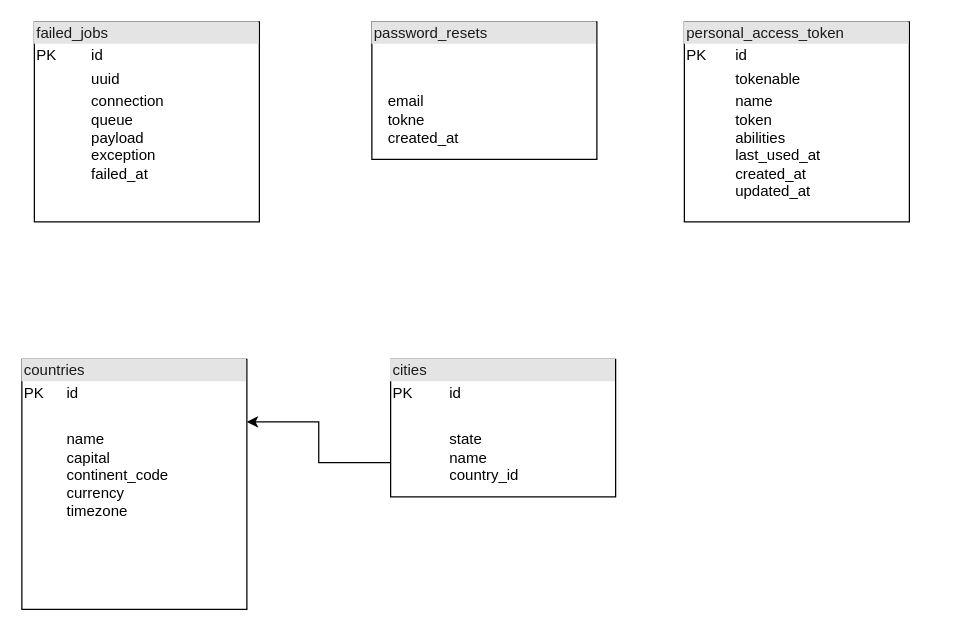
Earlier version of the draw.io diagram page "application" (2 of 5) of diagrams.dio (Mdhesari/devicechi). Source tidied: cells renumbered, new cells numbered last; positions are measured from the earlier drawing's top-left corner, leaving out a move shared by most shapes. Both pictures are drawn from the tidied source at 125%, with x=0, y=0 at pixel (21, 21).
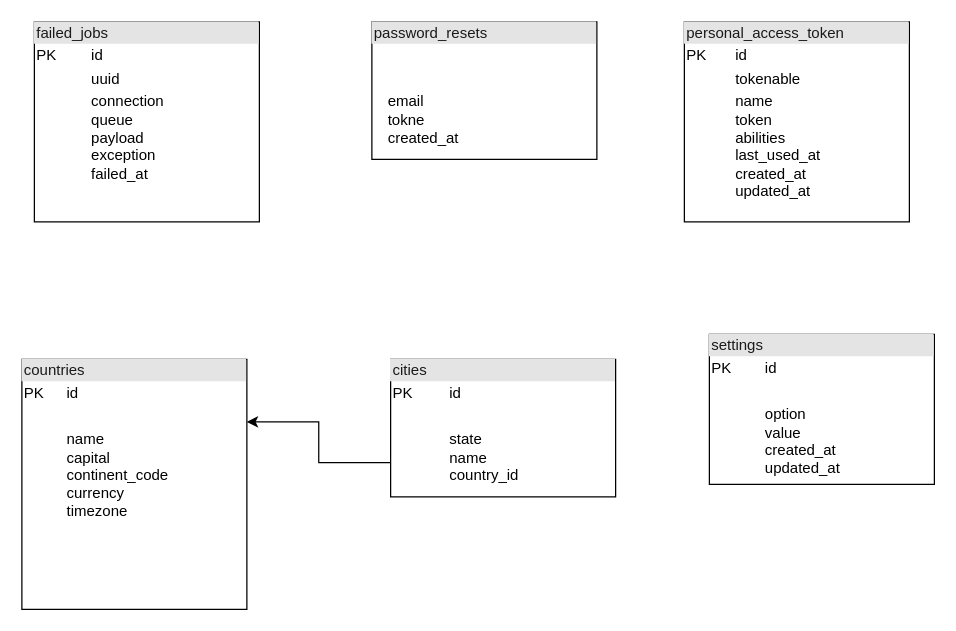
The same diagram, later.

Commit message (it also covers changes not shown here):
create settings migration

Diff of the diagram source:
```diff
@@
 <mxGraphModel>
   <root>
     <mxCell id="0" />
     <mxCell id="1" parent="0" />
     <mxCell id="2" value="&lt;div style=&quot;box-sizing: border-box ; width: 100% ; background: #e4e4e4 ; padding: 2px&quot;&gt;&lt;font color=&quot;#1a1a1a&quot;&gt;failed_jobs&lt;/font&gt;&lt;/div&gt;&lt;table style=&quot;width: 100% ; font-size: 1em&quot; cellpadding=&quot;2&quot; cellspacing=&quot;0&quot;&gt;&lt;tbody&gt;&lt;tr&gt;&lt;td&gt;PK&lt;/td&gt;&lt;td&gt;id&lt;/td&gt;&lt;/tr&gt;&lt;tr&gt;&lt;td&gt;&lt;br&gt;&lt;/td&gt;&lt;td&gt;uuid&lt;/td&gt;&lt;/tr&gt;&lt;tr&gt;&lt;td&gt;&lt;/td&gt;&lt;td&gt;connection&lt;br&gt;queue&lt;br&gt;payload&lt;br&gt;exception&lt;br&gt;failed_at&lt;/td&gt;&lt;/tr&gt;&lt;/tbody&gt;&lt;/table&gt;" style="verticalAlign=top;align=left;overflow=fill;html=1;" parent="1" vertex="1">
       <mxGeometry x="10" width="180" height="160" as="geometry" />
     </mxCell>
     <mxCell id="3" value="&lt;div style=&quot;box-sizing: border-box ; width: 100% ; background: #e4e4e4 ; padding: 2px&quot;&gt;&lt;font color=&quot;#1a1a1a&quot;&gt;password_resets&lt;/font&gt;&lt;/div&gt;&lt;table style=&quot;width: 100% ; font-size: 1em&quot; cellpadding=&quot;2&quot; cellspacing=&quot;0&quot;&gt;&lt;tbody&gt;&lt;tr&gt;&lt;td&gt;&lt;br&gt;&lt;/td&gt;&lt;td&gt;&lt;br&gt;&lt;/td&gt;&lt;/tr&gt;&lt;tr&gt;&lt;td&gt;&lt;br&gt;&lt;/td&gt;&lt;td&gt;&lt;br&gt;&lt;/td&gt;&lt;/tr&gt;&lt;tr&gt;&lt;td&gt;&lt;/td&gt;&lt;td&gt;email&lt;br&gt;tokne&lt;br&gt;created_at&lt;/td&gt;&lt;/tr&gt;&lt;/tbody&gt;&lt;/table&gt;" style="verticalAlign=top;align=left;overflow=fill;html=1;" parent="1" vertex="1">
       <mxGeometry x="280" width="180" height="110" as="geometry" />
     </mxCell>
     <mxCell id="4" value="&lt;div style=&quot;box-sizing: border-box ; width: 100% ; background: #e4e4e4 ; padding: 2px&quot;&gt;&lt;font color=&quot;#1a1a1a&quot;&gt;personal_access_token&lt;/font&gt;&lt;/div&gt;&lt;table style=&quot;width: 100% ; font-size: 1em&quot; cellpadding=&quot;2&quot; cellspacing=&quot;0&quot;&gt;&lt;tbody&gt;&lt;tr&gt;&lt;td&gt;PK&lt;/td&gt;&lt;td&gt;id&lt;/td&gt;&lt;/tr&gt;&lt;tr&gt;&lt;td&gt;&lt;br&gt;&lt;/td&gt;&lt;td&gt;tokenable&lt;/td&gt;&lt;/tr&gt;&lt;tr&gt;&lt;td&gt;&lt;/td&gt;&lt;td&gt;name&lt;br&gt;token&lt;br&gt;abilities&lt;br&gt;last_used_at&lt;br&gt;created_at&lt;br&gt;updated_at&lt;/td&gt;&lt;/tr&gt;&lt;/tbody&gt;&lt;/table&gt;" style="verticalAlign=top;align=left;overflow=fill;html=1;" parent="1" vertex="1">
       <mxGeometry x="530" width="180" height="160" as="geometry" />
     </mxCell>
     <mxCell id="5" style="edgeStyle=orthogonalEdgeStyle;rounded=0;jettySize=auto;html=1;exitX=0;exitY=0.75;exitDx=0;exitDy=0;entryX=1;entryY=0.25;entryDx=0;entryDy=0;" parent="1" edge="1" source="6" target="7">
       <mxGeometry relative="1" as="geometry" />
     </mxCell>
     <mxCell id="6" value="&lt;div style=&quot;box-sizing: border-box ; width: 100% ; background: #e4e4e4 ; padding: 2px&quot;&gt;&lt;font color=&quot;#1a1a1a&quot;&gt;cities&lt;/font&gt;&lt;/div&gt;&lt;table style=&quot;width: 100% ; font-size: 1em&quot; cellpadding=&quot;2&quot; cellspacing=&quot;0&quot;&gt;&lt;tbody&gt;&lt;tr&gt;&lt;td&gt;PK&lt;/td&gt;&lt;td&gt;id&lt;/td&gt;&lt;/tr&gt;&lt;tr&gt;&lt;td&gt;&lt;br&gt;&lt;/td&gt;&lt;td&gt;&lt;br&gt;&lt;/td&gt;&lt;/tr&gt;&lt;tr&gt;&lt;td&gt;&lt;/td&gt;&lt;td&gt;state&lt;br&gt;name&lt;br&gt;country_id&lt;/td&gt;&lt;/tr&gt;&lt;/tbody&gt;&lt;/table&gt;" style="verticalAlign=top;align=left;overflow=fill;html=1;" parent="1" vertex="1">
       <mxGeometry x="295" y="270" width="180" height="110" as="geometry" />
     </mxCell>
     <mxCell id="7" value="&lt;div style=&quot;box-sizing: border-box ; width: 100% ; background: #e4e4e4 ; padding: 2px&quot;&gt;&lt;font color=&quot;#1a1a1a&quot;&gt;countries&lt;/font&gt;&lt;/div&gt;&lt;table style=&quot;width: 100% ; font-size: 1em&quot; cellpadding=&quot;2&quot; cellspacing=&quot;0&quot;&gt;&lt;tbody&gt;&lt;tr&gt;&lt;td&gt;PK&lt;/td&gt;&lt;td&gt;id&lt;/td&gt;&lt;/tr&gt;&lt;tr&gt;&lt;td&gt;&lt;br&gt;&lt;/td&gt;&lt;td&gt;&lt;br&gt;&lt;/td&gt;&lt;/tr&gt;&lt;tr&gt;&lt;td&gt;&lt;/td&gt;&lt;td&gt;name&lt;br&gt;capital&lt;br&gt;continent_code&lt;br&gt;currency&lt;br&gt;timezone&lt;br&gt;&lt;/td&gt;&lt;/tr&gt;&lt;/tbody&gt;&lt;/table&gt;" style="verticalAlign=top;align=left;overflow=fill;html=1;" parent="1" vertex="1">
       <mxGeometry y="270" width="180" height="200" as="geometry" />
     </mxCell>
+    <mxCell id="8" value="&lt;div style=&quot;box-sizing: border-box ; width: 100% ; background: #e4e4e4 ; padding: 2px&quot;&gt;&lt;font color=&quot;#1a1a1a&quot;&gt;settings&lt;/font&gt;&lt;/div&gt;&lt;table style=&quot;width: 100% ; font-size: 1em&quot; cellpadding=&quot;2&quot; cellspacing=&quot;0&quot;&gt;&lt;tbody&gt;&lt;tr&gt;&lt;td&gt;PK&lt;/td&gt;&lt;td&gt;id&lt;/td&gt;&lt;/tr&gt;&lt;tr&gt;&lt;td&gt;&lt;br&gt;&lt;/td&gt;&lt;td&gt;&lt;br&gt;&lt;/td&gt;&lt;/tr&gt;&lt;tr&gt;&lt;td&gt;&lt;/td&gt;&lt;td&gt;option&lt;br&gt;value&lt;br&gt;created_at&lt;br&gt;updated_at&lt;/td&gt;&lt;/tr&gt;&lt;/tbody&gt;&lt;/table&gt;" style="verticalAlign=top;align=left;overflow=fill;html=1;" parent="1" vertex="1">
+      <mxGeometry x="550" y="250" width="180" height="120" as="geometry" />
+    </mxCell>
   </root>
 </mxGraphModel>
```
